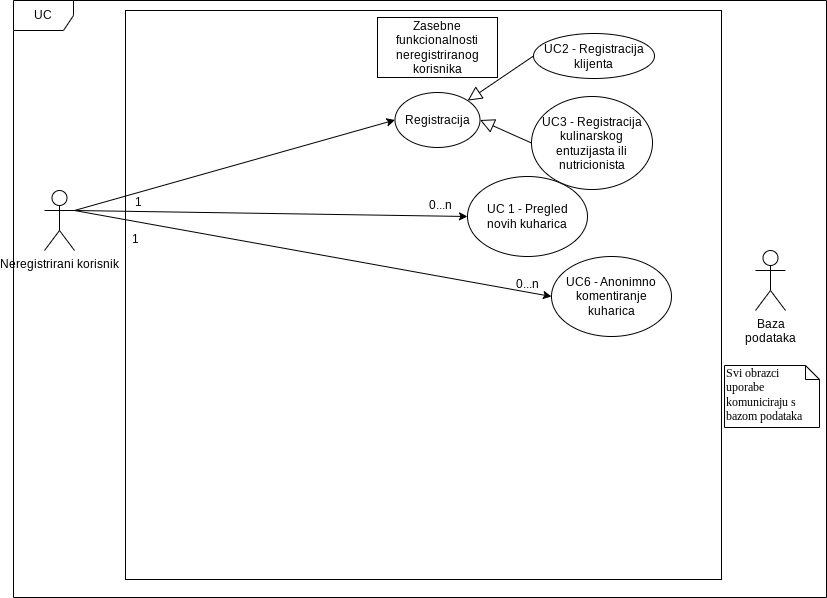
The draw.io diagram Dokumentacija/dijagrami/dijagram-obrazaca-uporabe-neregistriranog-korisnika.png in glatkobrasno/wall-e-zohari, before a commit. Source tidied: cells renumbered, new cells last; positions are measured from the earlier drawing's top-left corner, leaving out a move shared by most shapes.
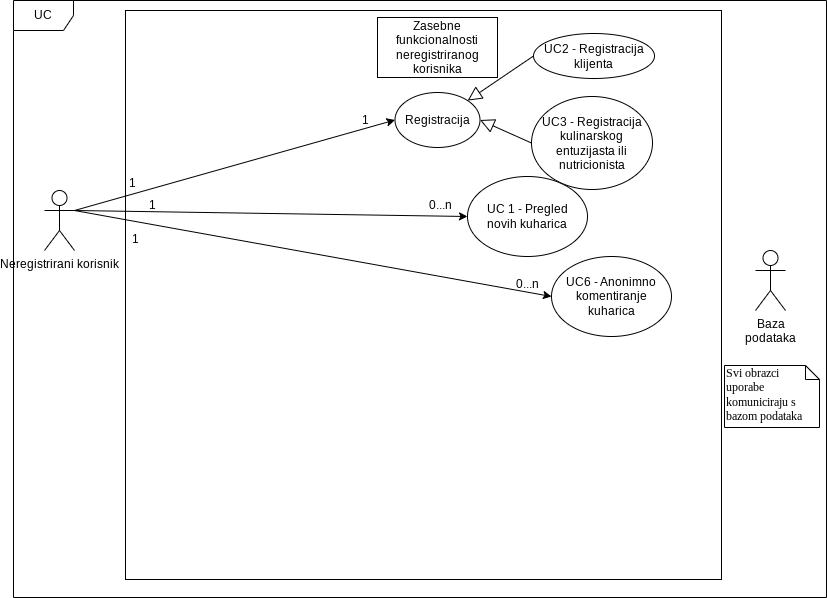
The same file after the commit.

Diff of the diagram source:
```diff
@@ -51,7 +51,7 @@
       <mxGeometry x="711" y="365" width="95" height="62" as="geometry" />
     </mxCell>
     <mxCell id="18" value="1" style="text;html=1;strokeColor=none;fillColor=none;align=center;verticalAlign=middle;whiteSpace=wrap;rounded=0;" parent="1" vertex="1">
-      <mxGeometry x="95" y="187" width="60" height="30" as="geometry" />
+      <mxGeometry x="109" y="190" width="60" height="30" as="geometry" />
     </mxCell>
     <mxCell id="19" value="1" style="text;html=1;strokeColor=none;fillColor=none;align=center;verticalAlign=middle;whiteSpace=wrap;rounded=0;" parent="1" vertex="1">
       <mxGeometry x="92" y="224" width="60" height="30" as="geometry" />
@@ -62,5 +62,11 @@
     <mxCell id="21" value="0...n&lt;br&gt;" style="text;html=1;strokeColor=none;fillColor=none;align=center;verticalAlign=middle;whiteSpace=wrap;rounded=0;" parent="1" vertex="1">
       <mxGeometry x="484" y="269" width="60" height="30" as="geometry" />
     </mxCell>
+    <mxCell id="22" value="1" style="text;html=1;strokeColor=none;fillColor=none;align=center;verticalAlign=middle;whiteSpace=wrap;rounded=0;" parent="1" vertex="1">
+      <mxGeometry x="321.5" y="104.5" width="60" height="30" as="geometry" />
+    </mxCell>
+    <mxCell id="23" value="1" style="text;html=1;strokeColor=none;fillColor=none;align=center;verticalAlign=middle;whiteSpace=wrap;rounded=0;" parent="1" vertex="1">
+      <mxGeometry x="89" y="168" width="60" height="30" as="geometry" />
+    </mxCell>
   </root>
 </mxGraphModel>
```
